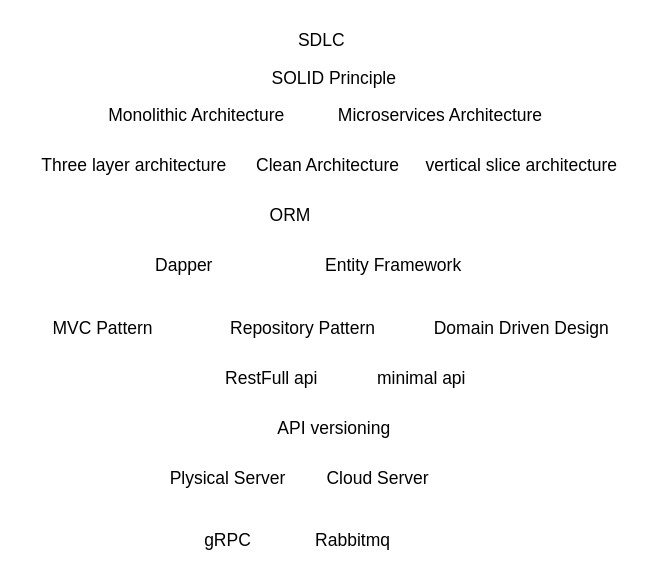
This is FlowOfAsking.drawio from walidulhasan/UML, a draw.io file, before an edit. Source tidied: cells renumbered, new cells numbered last; positions are measured from the earlier drawing's top-left corner, leaving out a move shared by most shapes. Both pictures are drawn from the tidied source at 125%, with x=0, y=0 at pixel (21, 21).
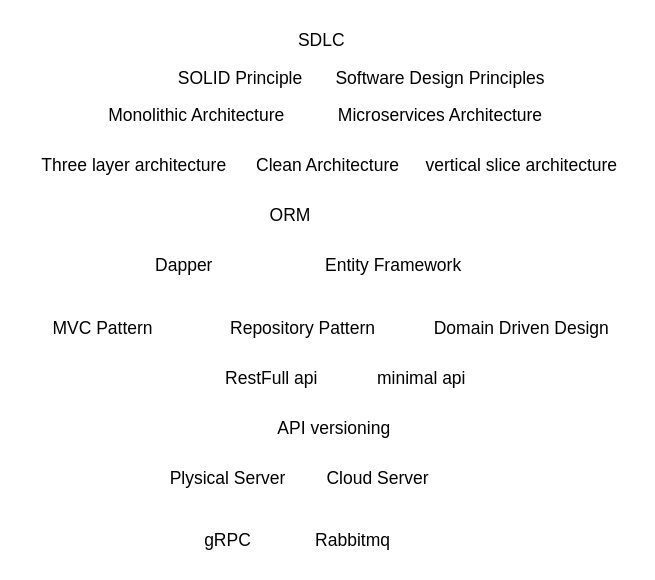
The same diagram, later.

The edit, as a diff of the source:
```diff
@@
     <mxCell id="5" value="&lt;font style=&quot;font-size: 14px;&quot;&gt;SOLID Principle&lt;/font&gt;" style="text;html=1;strokeColor=none;fillColor=none;align=center;verticalAlign=middle;whiteSpace=wrap;rounded=0;" parent="1" vertex="1">
-      <mxGeometry x="175" y="30" width="150" height="30" as="geometry" />
+      <mxGeometry x="100" y="30" width="150" height="30" as="geometry" />
     </mxCell>
@@
+    <mxCell id="22" value="&lt;font style=&quot;font-size: 14px;&quot;&gt;Software Design Principles&lt;/font&gt;" style="text;html=1;strokeColor=none;fillColor=none;align=center;verticalAlign=middle;whiteSpace=wrap;rounded=0;" parent="1" vertex="1">
+      <mxGeometry x="240" y="30" width="190" height="30" as="geometry" />
+    </mxCell>
```
